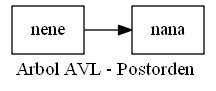
Before: EDD_Proyecto2/Reportes/ArbolPostorden.png, a diagram exported from Graphviz (hr9457/EDD_1S2020_PY2_201314296). Its source is kept beside it as EDD_Proyecto2/ArchivosDot/ArbolPostorden.dot.
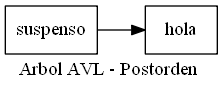
After the change.

Change to the diagram source:
```diff
@@ -1,8 +1,8 @@
 digraph arbolpostorden {
 node [shape = record];
 rankdir=LR;
-nodo0[label="nene"];
-nodo1[label="nana"];
+nodo0[label="suspenso"];
+nodo1[label="hola"];
 nodo0->nodo1;
 label = "Arbol AVL - Postorden "
 }
```
